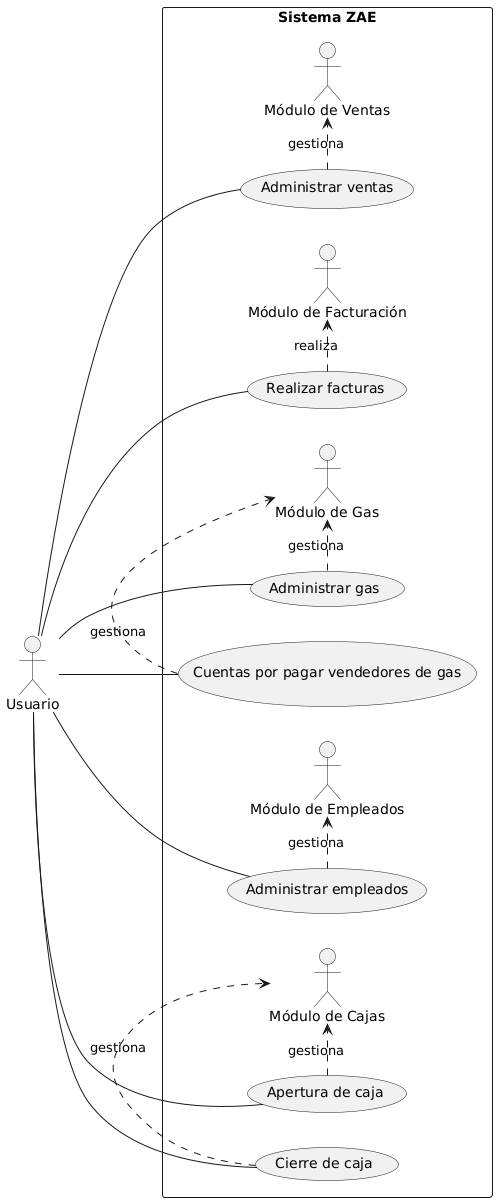
Earlier version of the PlantUML export Imagenes/zae.png (HugoLifes/memoria-profesional-formato). Source of this version:
```plantuml
@startuml
left to right direction

actor Usuario

rectangle "Sistema ZAE" {

    Usuario -- (Administrar ventas)
    Usuario -- (Realizar facturas)

    Usuario -- (Administrar gas)
    Usuario -- (Cuentas por pagar vendedores de gas)

    Usuario -- (Administrar empleados)

    Usuario -- (Apertura de caja)
    Usuario -- (Cierre de caja)


    (Administrar ventas) .> "Módulo de Ventas" : gestiona
    (Realizar facturas) .> "Módulo de Facturación" : realiza

    (Administrar gas) .> "Módulo de Gas" : gestiona
    (Cuentas por pagar vendedores de gas) .> "Módulo de Gas" : gestiona

    (Administrar empleados) .> "Módulo de Empleados" : gestiona

    (Apertura de caja) .> "Módulo de Cajas" : gestiona
    (Cierre de caja) .> "Módulo de Cajas" : gestiona

}
@enduml
```
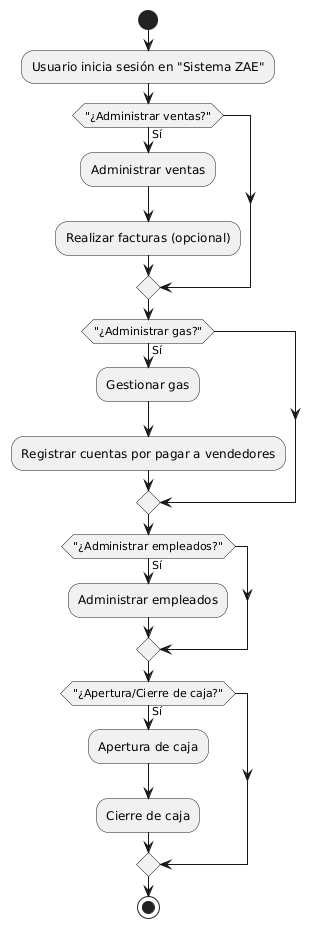
Later version of the same file.

Diff of the diagram source:
```diff
@@ -1,32 +1,25 @@
 @startuml
-left to right direction
+start
+:Usuario inicia sesión en "Sistema ZAE";
 
-actor Usuario
+if ("¿Administrar ventas?") then (Sí)
+  :Administrar ventas;
+  :Realizar facturas (opcional);
+endif
 
-rectangle "Sistema ZAE" {
+if ("¿Administrar gas?") then (Sí)
+  :Gestionar gas;
+  :Registrar cuentas por pagar a vendedores;
+endif
 
-    Usuario -- (Administrar ventas)
-    Usuario -- (Realizar facturas)
+if ("¿Administrar empleados?") then (Sí)
+  :Administrar empleados;
+endif
 
-    Usuario -- (Administrar gas)
-    Usuario -- (Cuentas por pagar vendedores de gas)
+if ("¿Apertura/Cierre de caja?") then (Sí)
+  :Apertura de caja;
+  :Cierre de caja;
+endif
 
-    Usuario -- (Administrar empleados)
-
-    Usuario -- (Apertura de caja)
-    Usuario -- (Cierre de caja)
-
-
-    (Administrar ventas) .> "Módulo de Ventas" : gestiona
-    (Realizar facturas) .> "Módulo de Facturación" : realiza
-
-    (Administrar gas) .> "Módulo de Gas" : gestiona
-    (Cuentas por pagar vendedores de gas) .> "Módulo de Gas" : gestiona
-
-    (Administrar empleados) .> "Módulo de Empleados" : gestiona
-
-    (Apertura de caja) .> "Módulo de Cajas" : gestiona
-    (Cierre de caja) .> "Módulo de Cajas" : gestiona
-
-}
+stop
 @enduml
```
